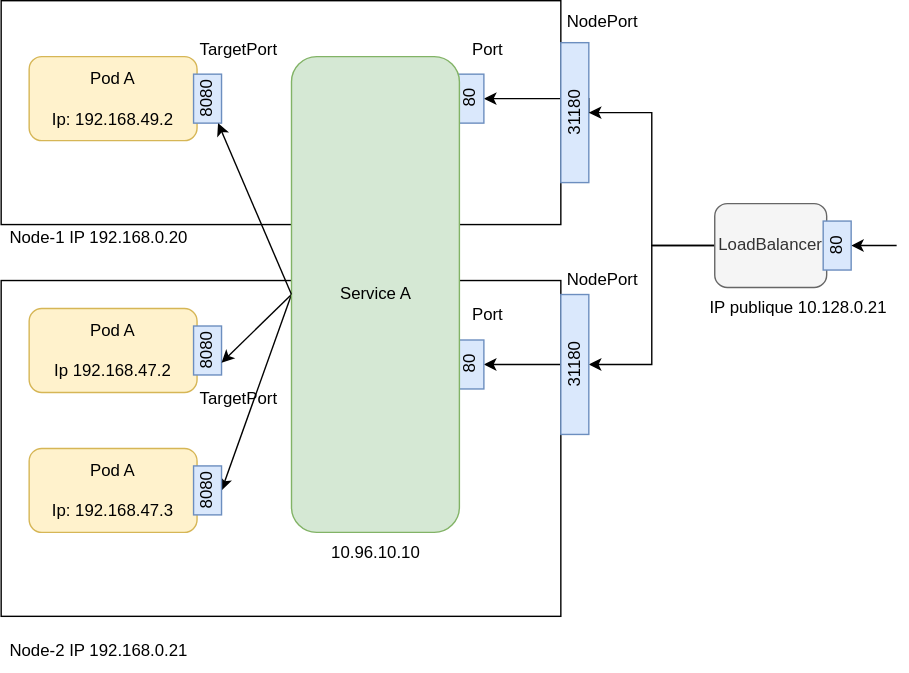
Before: images/service.svg, a diagram exported from draw.io (obeyler/Formation-K8S). Source tidied: cells renumbered, new cells last; positions are measured from the earlier drawing's top-left corner, leaving out a move shared by most shapes.
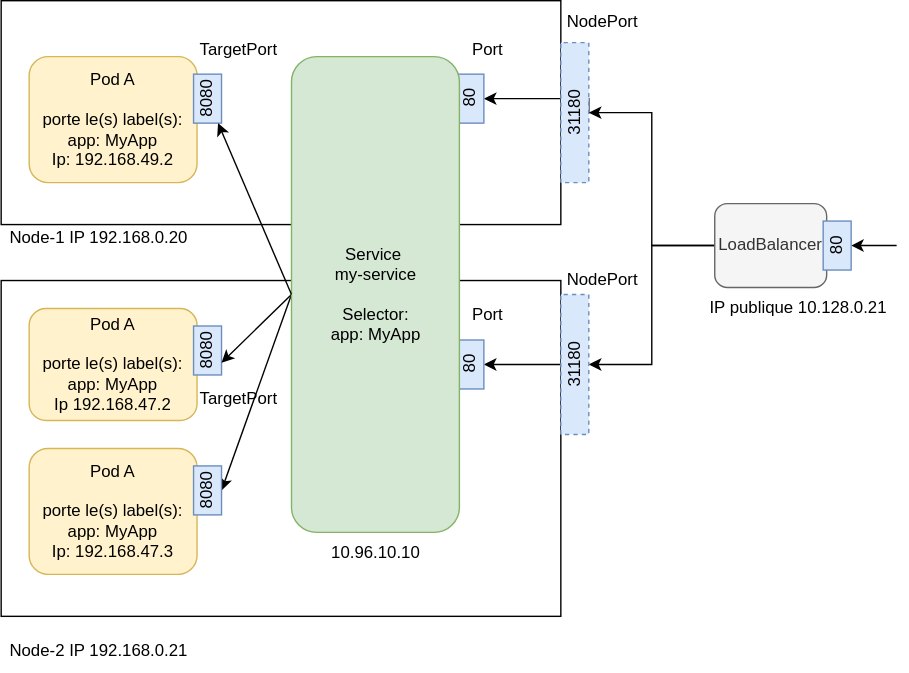
The same file after the commit.

The edit, as a diff of the source:
```diff
@@ -11,8 +11,8 @@
     <mxCell id="4" value="Node-1 IP 192.168.0.20" style="text;html=1;strokeColor=none;fillColor=none;align=center;verticalAlign=middle;whiteSpace=wrap;rounded=0;" parent="1" vertex="1">
       <mxGeometry y="155" width="140" height="30" as="geometry" />
     </mxCell>
-    <mxCell id="5" value="Pod A&lt;br&gt;&lt;br&gt;Ip: 192.168.49.2" style="rounded=1;whiteSpace=wrap;html=1;fillColor=#fff2cc;strokeColor=#d6b656;" parent="1" vertex="1">
-      <mxGeometry x="20" y="40" width="120" height="60" as="geometry" />
+    <mxCell id="5" value="Pod A&lt;br&gt;&lt;br&gt;porte le(s) label(s): &lt;br&gt;app: MyApp&lt;br&gt;Ip: 192.168.49.2" style="rounded=1;whiteSpace=wrap;html=1;fillColor=#fff2cc;strokeColor=#d6b656;" parent="1" vertex="1">
+      <mxGeometry x="20" y="40" width="120" height="90" as="geometry" />
     </mxCell>
     <mxCell id="6" value="8080" style="rounded=0;whiteSpace=wrap;html=1;rotation=-90;fillColor=#dae8fc;strokeColor=#6c8ebf;" parent="1" vertex="1">
       <mxGeometry x="130" y="60" width="35" height="20" as="geometry" />
@@ -20,7 +20,7 @@
     <mxCell id="7" value="80" style="rounded=0;whiteSpace=wrap;html=1;rotation=-90;fillColor=#dae8fc;strokeColor=#6c8ebf;" parent="1" vertex="1">
       <mxGeometry x="317.5" y="60" width="35" height="20" as="geometry" />
     </mxCell>
-    <mxCell id="8" value="31180" style="rounded=0;whiteSpace=wrap;html=1;rotation=-90;fillColor=#dae8fc;strokeColor=#6c8ebf;" parent="1" vertex="1">
+    <mxCell id="8" value="31180" style="rounded=0;whiteSpace=wrap;html=1;rotation=-90;fillColor=#dae8fc;strokeColor=#6c8ebf;dashed=1;" parent="1" vertex="1">
       <mxGeometry x="360" y="70" width="100" height="20" as="geometry" />
     </mxCell>
     <mxCell id="9" value="NodePort" style="text;html=1;strokeColor=none;fillColor=none;align=center;verticalAlign=middle;whiteSpace=wrap;rounded=0;" parent="1" vertex="1">
@@ -55,8 +55,8 @@
     <mxCell id="17" style="rounded=0;whiteSpace=wrap;html=1;" parent="1" vertex="1">
       <mxGeometry y="200" width="400" height="240" as="geometry" />
     </mxCell>
-    <mxCell id="18" value="Pod A&lt;br&gt;&lt;br&gt;Ip 192.168.47.2" style="rounded=1;whiteSpace=wrap;html=1;fillColor=#fff2cc;strokeColor=#d6b656;" parent="1" vertex="1">
-      <mxGeometry x="20" y="220" width="120" height="60" as="geometry" />
+    <mxCell id="18" value="Pod A&lt;br&gt;&lt;br&gt;porte le(s) label(s):&lt;br&gt;app: MyApp&lt;br&gt;Ip 192.168.47.2" style="rounded=1;whiteSpace=wrap;html=1;fillColor=#fff2cc;strokeColor=#d6b656;" parent="1" vertex="1">
+      <mxGeometry x="20" y="220" width="120" height="80" as="geometry" />
     </mxCell>
     <mxCell id="19" value="8080" style="rounded=0;whiteSpace=wrap;html=1;rotation=-90;fillColor=#dae8fc;strokeColor=#6c8ebf;" parent="1" vertex="1">
       <mxGeometry x="130" y="240" width="35" height="20" as="geometry" />
@@ -67,7 +67,7 @@
     <mxCell id="21" style="edgeStyle=orthogonalEdgeStyle;rounded=0;jettySize=auto;html=1;exitX=0.5;exitY=0;exitDx=0;exitDy=0;entryX=0.5;entryY=1;entryDx=0;entryDy=0;" parent="1" edge="1" source="22" target="24">
       <mxGeometry relative="1" as="geometry" />
     </mxCell>
-    <mxCell id="22" value="31180" style="rounded=0;whiteSpace=wrap;html=1;rotation=-90;fillColor=#dae8fc;strokeColor=#6c8ebf;" parent="1" vertex="1">
+    <mxCell id="22" value="31180" style="rounded=0;whiteSpace=wrap;html=1;rotation=-90;fillColor=#dae8fc;strokeColor=#6c8ebf;dashed=1;" parent="1" vertex="1">
       <mxGeometry x="360" y="250" width="100" height="20" as="geometry" />
     </mxCell>
     <mxCell id="23" value="TargetPort" style="text;html=1;strokeColor=none;fillColor=none;align=center;verticalAlign=middle;whiteSpace=wrap;rounded=0;" parent="1" vertex="1">
@@ -79,7 +79,7 @@
     <mxCell id="25" style="rounded=0;jettySize=auto;html=1;entryX=0.5;entryY=1;entryDx=0;entryDy=0;exitX=0;exitY=0.5;exitDx=0;exitDy=0;" parent="1" edge="1" source="26" target="32">
       <mxGeometry relative="1" as="geometry" />
     </mxCell>
-    <mxCell id="26" value="Service A" style="rounded=1;whiteSpace=wrap;html=1;fillColor=#d5e8d4;strokeColor=#82b366;" parent="1" vertex="1">
+    <mxCell id="26" value="Service&amp;nbsp;&lt;br&gt;my-service&lt;br&gt;&lt;br&gt;Selector:&lt;br&gt;app: MyApp" style="rounded=1;whiteSpace=wrap;html=1;fillColor=#d5e8d4;strokeColor=#82b366;" parent="1" vertex="1">
       <mxGeometry x="207.5" y="40" width="120" height="340" as="geometry" />
     </mxCell>
     <mxCell id="27" value="Port" style="text;html=1;strokeColor=none;fillColor=none;align=center;verticalAlign=middle;whiteSpace=wrap;rounded=0;" parent="1" vertex="1">
@@ -94,8 +94,8 @@
     <mxCell id="30" value="IP publique 10.128.0.21" style="text;html=1;strokeColor=none;fillColor=none;align=center;verticalAlign=middle;whiteSpace=wrap;rounded=0;" parent="1" vertex="1">
       <mxGeometry x="500" y="205" width="140" height="30" as="geometry" />
     </mxCell>
-    <mxCell id="31" value="Pod A&lt;br&gt;&lt;br&gt;Ip: 192.168.47.3" style="rounded=1;whiteSpace=wrap;html=1;fillColor=#fff2cc;strokeColor=#d6b656;" parent="1" vertex="1">
-      <mxGeometry x="20" y="320" width="120" height="60" as="geometry" />
+    <mxCell id="31" value="Pod A&lt;br&gt;&lt;br&gt;porte le(s) label(s):&lt;br&gt;app: MyApp&lt;br&gt;Ip: 192.168.47.3" style="rounded=1;whiteSpace=wrap;html=1;fillColor=#fff2cc;strokeColor=#d6b656;" parent="1" vertex="1">
+      <mxGeometry x="20" y="320" width="120" height="90" as="geometry" />
     </mxCell>
     <mxCell id="32" value="8080" style="rounded=0;whiteSpace=wrap;html=1;rotation=-90;fillColor=#dae8fc;strokeColor=#6c8ebf;" parent="1" vertex="1">
       <mxGeometry x="130" y="340" width="35" height="20" as="geometry" />
```
